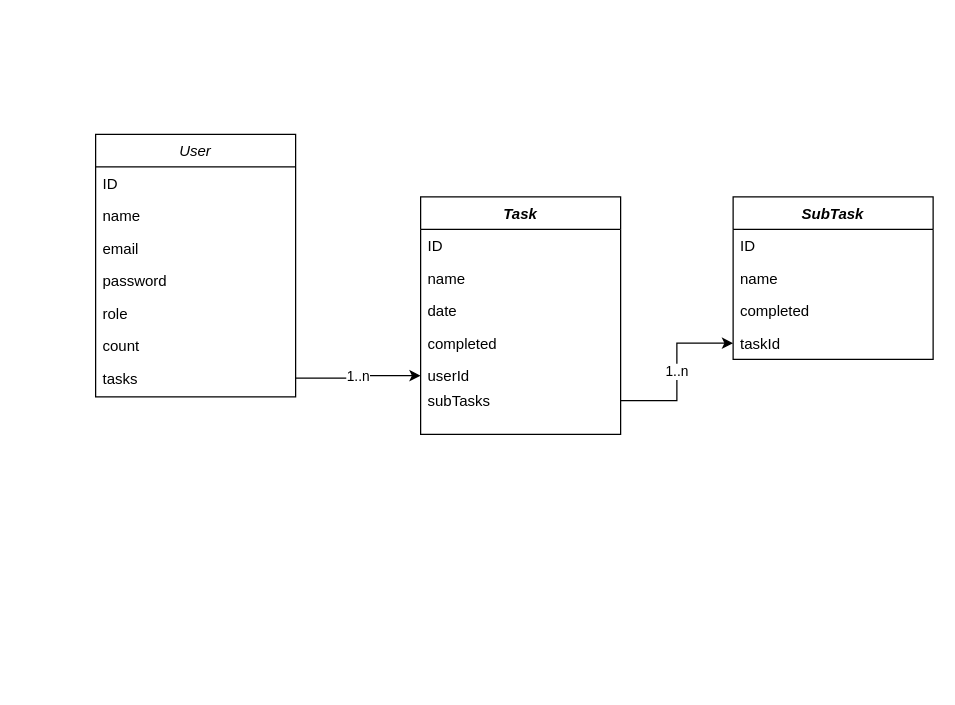
The draw.io diagram backend/dataBase.drawio in ludersGabriel/toDo, before the edit. Source tidied: cells renumbered, new cells numbered last; positions are measured from the earlier drawing's top-left corner, leaving out a move shared by most shapes. Both pictures are drawn from the tidied source at 125%, with x=0, y=0 at pixel (95, 134).
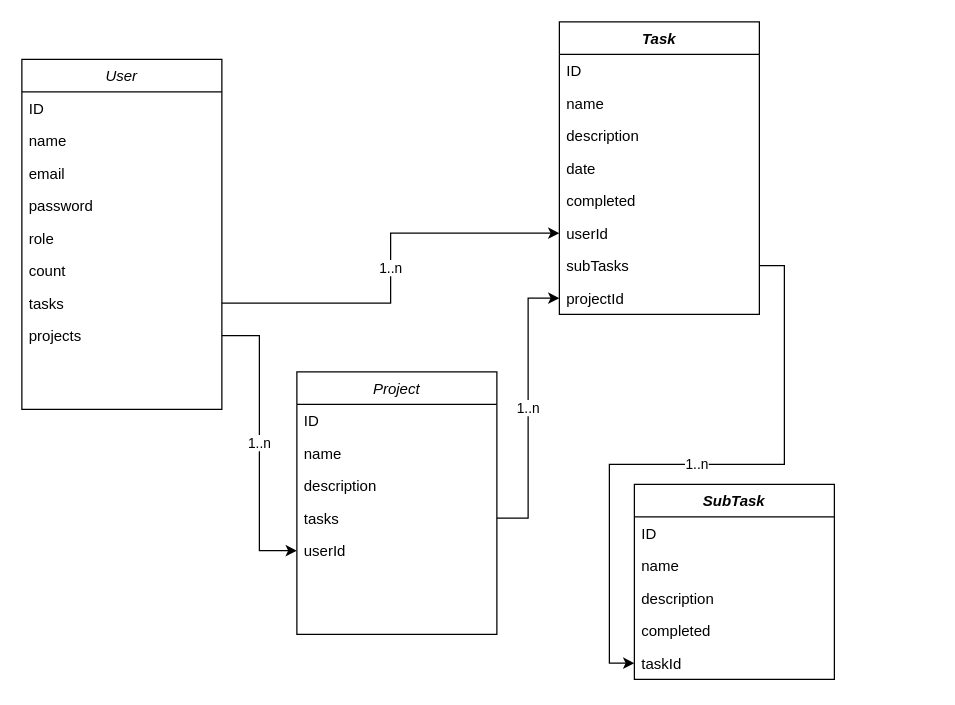
After the change.

The edit, as a diff of the source:
```diff
@@
     <mxCell id="2" value="User" style="swimlane;fontStyle=2;align=center;verticalAlign=top;horizontal=1;startSize=26;rounded=0;shadow=0;strokeWidth=1;swimlaneLine=1;" parent="1" vertex="1">
-      <mxGeometry width="160" height="210" as="geometry" />
+      <mxGeometry x="-59" y="-60" width="160" height="280" as="geometry" />
     </mxCell>
@@
+    <mxCell id="24" value="projects" style="text;align=left;verticalAlign=top;spacingLeft=4;spacingRight=4;overflow=hidden;points=[[0,0.5],[1,0.5]];portConstraint=eastwest;rounded=0;shadow=0;html=0;" parent="2" vertex="1">
+      <mxGeometry y="208" width="160" height="26" as="geometry" />
+    </mxCell>
     <mxCell id="10" value="Task" style="swimlane;fontStyle=3;align=center;verticalAlign=top;horizontal=1;startSize=26;rounded=0;shadow=0;strokeWidth=1;swimlaneLine=1;" parent="1" vertex="1">
-      <mxGeometry x="260" y="50" width="160" height="190" as="geometry" />
+      <mxGeometry x="371" y="-90" width="160" height="234" as="geometry" />
     </mxCell>
@@
+    <mxCell id="25" value="description" style="text;align=left;verticalAlign=top;spacingLeft=4;spacingRight=4;overflow=hidden;rounded=0;shadow=0;html=0;" parent="10" vertex="1">
+      <mxGeometry y="78" width="160" height="26" as="geometry" />
+    </mxCell>
     <mxCell id="13" value="date" style="text;align=left;verticalAlign=top;spacingLeft=4;spacingRight=4;overflow=hidden;rounded=0;shadow=0;html=0;" parent="10" vertex="1">
-      <mxGeometry y="78" width="160" height="26" as="geometry" />
+      <mxGeometry y="104" width="160" height="26" as="geometry" />
     </mxCell>
     <mxCell id="14" value="completed" style="text;align=left;verticalAlign=top;spacingLeft=4;spacingRight=4;overflow=hidden;rounded=0;shadow=0;html=0;" parent="10" vertex="1">
-      <mxGeometry y="104" width="160" height="26" as="geometry" />
+      <mxGeometry y="130" width="160" height="26" as="geometry" />
     </mxCell>
     <mxCell id="15" value="userId" style="text;align=left;verticalAlign=top;spacingLeft=4;spacingRight=4;overflow=hidden;points=[[0,0.5],[1,0.5]];portConstraint=eastwest;rounded=0;shadow=0;html=0;" parent="10" vertex="1">
-      <mxGeometry y="130" width="160" height="26" as="geometry" />
+      <mxGeometry y="156" width="160" height="26" as="geometry" />
     </mxCell>
+    <mxCell id="23" value="subTasks" style="text;align=left;verticalAlign=top;spacingLeft=4;spacingRight=4;overflow=hidden;points=[[0,0.5],[1,0.5]];portConstraint=eastwest;rounded=0;shadow=0;html=0;" parent="10" vertex="1">
+      <mxGeometry y="182" width="160" height="26" as="geometry" />
+    </mxCell>
+    <mxCell id="26" value="projectId" style="text;align=left;verticalAlign=top;spacingLeft=4;spacingRight=4;overflow=hidden;points=[[0,0.5],[1,0.5]];portConstraint=eastwest;rounded=0;shadow=0;html=0;" parent="10" vertex="1">
+      <mxGeometry y="208" width="160" height="26" as="geometry" />
+    </mxCell>
@@
     <mxCell id="17" value="SubTask" style="swimlane;fontStyle=3;align=center;verticalAlign=top;horizontal=1;startSize=26;rounded=0;shadow=0;strokeWidth=1;swimlaneLine=1;" parent="1" vertex="1">
-      <mxGeometry x="510" y="50" width="160" height="130" as="geometry" />
+      <mxGeometry x="431" y="280" width="160" height="156" as="geometry" />
     </mxCell>
@@
+    <mxCell id="27" value="description" style="text;align=left;verticalAlign=top;spacingLeft=4;spacingRight=4;overflow=hidden;rounded=0;shadow=0;html=0;" parent="17" vertex="1">
+      <mxGeometry y="78" width="160" height="26" as="geometry" />
+    </mxCell>
     <mxCell id="20" value="completed&#10;" style="text;align=left;verticalAlign=top;spacingLeft=4;spacingRight=4;overflow=hidden;rounded=0;shadow=0;html=0;" parent="17" vertex="1">
-      <mxGeometry y="78" width="160" height="26" as="geometry" />
+      <mxGeometry y="104" width="160" height="26" as="geometry" />
     </mxCell>
     <mxCell id="21" value="taskId" style="text;align=left;verticalAlign=top;spacingLeft=4;spacingRight=4;overflow=hidden;points=[[0,0.5],[1,0.5]];portConstraint=eastwest;rounded=0;shadow=0;html=0;" parent="17" vertex="1">
-      <mxGeometry y="104" width="160" height="26" as="geometry" />
+      <mxGeometry y="130" width="160" height="26" as="geometry" />
     </mxCell>
@@
-    <mxCell id="23" value="subTasks" style="text;align=left;verticalAlign=top;spacingLeft=4;spacingRight=4;overflow=hidden;points=[[0,0.5],[1,0.5]];portConstraint=eastwest;rounded=0;shadow=0;html=0;" parent="1" vertex="1">
-      <mxGeometry x="260" y="200" width="160" height="26" as="geometry" />
-    </mxCell>
+    <mxCell id="28" value="Project" style="swimlane;fontStyle=2;align=center;verticalAlign=top;horizontal=1;startSize=26;rounded=0;shadow=0;strokeWidth=1;swimlaneLine=1;" parent="1" vertex="1">
+      <mxGeometry x="161" y="190" width="160" height="210" as="geometry" />
+    </mxCell>
+    <mxCell id="29" value="ID &#10;   &#10;" style="text;align=left;verticalAlign=top;spacingLeft=4;spacingRight=4;overflow=hidden;" parent="28" vertex="1">
+      <mxGeometry y="26" width="160" height="26" as="geometry" />
+    </mxCell>
+    <mxCell id="30" value="name" style="text;align=left;verticalAlign=top;spacingLeft=4;spacingRight=4;overflow=hidden;rounded=0;shadow=0;html=0;" parent="28" vertex="1">
+      <mxGeometry y="52" width="160" height="26" as="geometry" />
+    </mxCell>
+    <mxCell id="31" value="description" style="text;align=left;verticalAlign=top;spacingLeft=4;spacingRight=4;overflow=hidden;rounded=0;shadow=0;html=0;" parent="28" vertex="1">
+      <mxGeometry y="78" width="160" height="26" as="geometry" />
+    </mxCell>
+    <mxCell id="32" value="tasks" style="text;align=left;verticalAlign=top;spacingLeft=4;spacingRight=4;overflow=hidden;points=[[0,0.5],[1,0.5]];portConstraint=eastwest;rounded=0;shadow=0;html=0;" parent="28" vertex="1">
+      <mxGeometry y="104" width="160" height="26" as="geometry" />
+    </mxCell>
+    <mxCell id="33" value="userId" style="text;align=left;verticalAlign=top;spacingLeft=4;spacingRight=4;overflow=hidden;points=[[0,0.5],[1,0.5]];portConstraint=eastwest;rounded=0;shadow=0;html=0;" parent="28" vertex="1">
+      <mxGeometry y="130" width="160" height="26" as="geometry" />
+    </mxCell>
+    <mxCell id="34" value="1..n" style="edgeStyle=orthogonalEdgeStyle;rounded=0;jettySize=auto;html=1;" parent="1" edge="1" source="32" target="26">
+      <mxGeometry relative="1" as="geometry" />
+    </mxCell>
+    <mxCell id="35" value="1..n" style="edgeStyle=orthogonalEdgeStyle;rounded=0;jettySize=auto;html=1;entryX=0;entryY=0.5;entryDx=0;entryDy=0;" parent="1" edge="1" source="24" target="33">
+      <mxGeometry relative="1" as="geometry" />
+    </mxCell>
```
